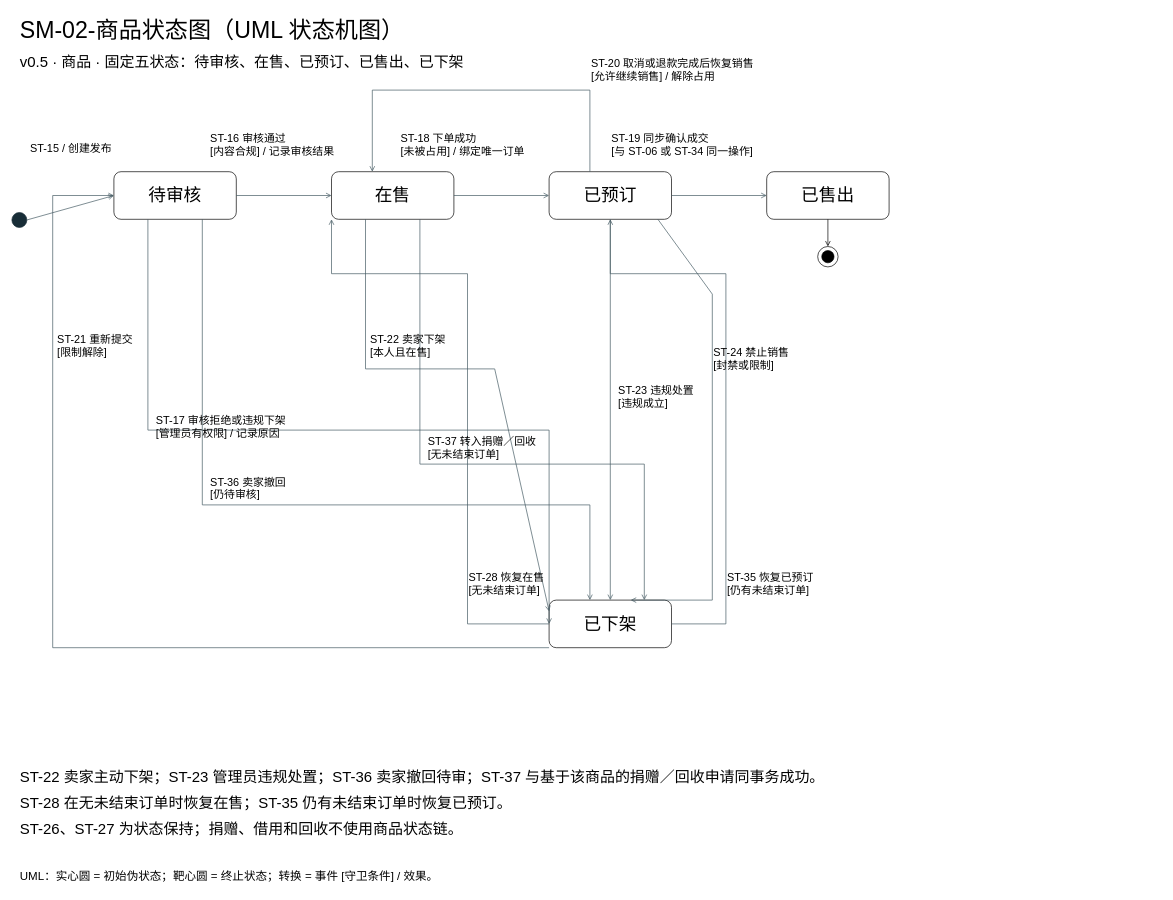
Elusive-phantasm/Software-Engineering keeps this draw.io diagram as 规则与状态/SM-02-商品状态图.drawio. Above is the earlier version. Source tidied: cells renumbered, new cells numbered last; positions are measured from the earlier drawing's top-left corner, leaving out a move shared by most shapes. Both pictures are drawn from the tidied source at 68%, with x=0, y=0 at pixel (12, 12).
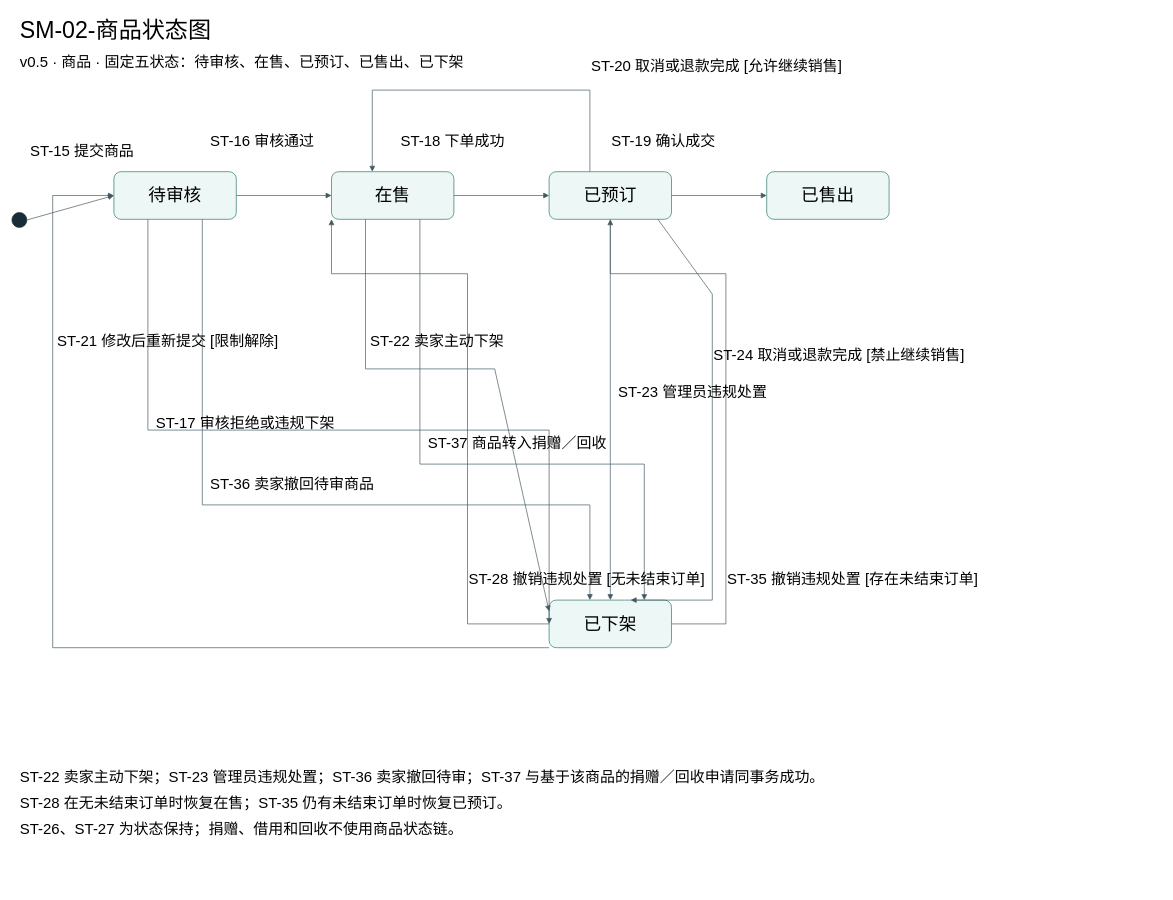
After the change.

The change refers to these unchanged cells:
```xml
<mxCell id="4" style="ellipse;fillColor=#182d37;strokeColor=#182d37;" parent="1" vertex="1">
  <mxGeometry y="295" width="22" height="22" as="geometry" />
</mxCell>
```

Change to the diagram source:
```diff
@@
-    <mxCell id="2" value="SM-02-商品状态图（UML 状态机图）" style="text;html=0;align=left;verticalAlign=top;whiteSpace=wrap;fontSize=34;fontFamily=Microsoft YaHei;" parent="1" vertex="1">
+    <mxCell id="2" value="SM-02-商品状态图" style="text;html=0;align=left;verticalAlign=top;whiteSpace=wrap;fontSize=34;fontFamily=Microsoft YaHei;" parent="1" vertex="1">
       <mxGeometry x="10" width="1680" height="50" as="geometry" />
     </mxCell>
@@
-    <mxCell id="5" value="待审核" style="rounded=1;arcSize=15;whiteSpace=wrap;html=0;fillColor=#ffffff;strokeColor=#000000;fontSize=26;fontFamily=Microsoft YaHei;" parent="1" vertex="1">
+    <mxCell id="5" value="待审核" style="rounded=1;arcSize=15;whiteSpace=wrap;html=0;fillColor=#edf7f5;strokeColor=#28776b;fontSize=26;fontFamily=Microsoft YaHei;" parent="1" vertex="1">
       <mxGeometry x="150" y="235" width="180" height="70" as="geometry" />
     </mxCell>
-    <mxCell id="6" value="在售" style="rounded=1;arcSize=15;whiteSpace=wrap;html=0;fillColor=#ffffff;strokeColor=#000000;fontSize=26;fontFamily=Microsoft YaHei;" parent="1" vertex="1">
+    <mxCell id="6" value="在售" style="rounded=1;arcSize=15;whiteSpace=wrap;html=0;fillColor=#edf7f5;strokeColor=#28776b;fontSize=26;fontFamily=Microsoft YaHei;" parent="1" vertex="1">
       <mxGeometry x="470" y="235" width="180" height="70" as="geometry" />
     </mxCell>
-    <mxCell id="7" value="已预订" style="rounded=1;arcSize=15;whiteSpace=wrap;html=0;fillColor=#ffffff;strokeColor=#000000;fontSize=26;fontFamily=Microsoft YaHei;" parent="1" vertex="1">
+    <mxCell id="7" value="已预订" style="rounded=1;arcSize=15;whiteSpace=wrap;html=0;fillColor=#edf7f5;strokeColor=#28776b;fontSize=26;fontFamily=Microsoft YaHei;" parent="1" vertex="1">
       <mxGeometry x="790" y="235" width="180" height="70" as="geometry" />
     </mxCell>
-    <mxCell id="8" value="已售出" style="rounded=1;arcSize=15;whiteSpace=wrap;html=0;fillColor=#ffffff;strokeColor=#000000;fontSize=26;fontFamily=Microsoft YaHei;" parent="1" vertex="1">
+    <mxCell id="8" value="已售出" style="rounded=1;arcSize=15;whiteSpace=wrap;html=0;fillColor=#edf7f5;strokeColor=#28776b;fontSize=26;fontFamily=Microsoft YaHei;" parent="1" vertex="1">
       <mxGeometry x="1110" y="235" width="180" height="70" as="geometry" />
     </mxCell>
-    <mxCell id="9" value="已下架" style="rounded=1;arcSize=15;whiteSpace=wrap;html=0;fillColor=#ffffff;strokeColor=#000000;fontSize=26;fontFamily=Microsoft YaHei;" parent="1" vertex="1">
+    <mxCell id="9" value="已下架" style="rounded=1;arcSize=15;whiteSpace=wrap;html=0;fillColor=#edf7f5;strokeColor=#28776b;fontSize=26;fontFamily=Microsoft YaHei;" parent="1" vertex="1">
       <mxGeometry x="790" y="865" width="180" height="70" as="geometry" />
     </mxCell>
-    <mxCell id="10" style="edgeStyle=none;rounded=0;endArrow=open;endFill=0;exitX=1.0;exitY=0.5;entryX=0.0;entryY=0.5;strokeColor=#435962;" parent="1" edge="1" source="4" target="5">
+    <mxCell id="10" style="edgeStyle=none;rounded=0;endArrow=block;exitX=1.0;exitY=0.5;entryX=0.0;entryY=0.5;strokeColor=#435962;" parent="1" edge="1" source="4" target="5">
       <mxGeometry relative="1" as="geometry" />
     </mxCell>
-    <mxCell id="11" style="edgeStyle=none;rounded=0;endArrow=open;endFill=0;exitX=1.0;exitY=0.5;entryX=0.0;entryY=0.5;strokeColor=#435962;" parent="1" edge="1" source="5" target="6">
+    <mxCell id="11" style="edgeStyle=none;rounded=0;endArrow=block;exitX=1.0;exitY=0.5;entryX=0.0;entryY=0.5;strokeColor=#435962;" parent="1" edge="1" source="5" target="6">
       <mxGeometry relative="1" as="geometry" />
     </mxCell>
-    <mxCell id="12" style="edgeStyle=none;rounded=0;endArrow=open;endFill=0;exitX=1.0;exitY=0.5;entryX=0.0;entryY=0.5;strokeColor=#435962;" parent="1" edge="1" source="6" target="7">
+    <mxCell id="12" style="edgeStyle=none;rounded=0;endArrow=block;exitX=1.0;exitY=0.5;entryX=0.0;entryY=0.5;strokeColor=#435962;" parent="1" edge="1" source="6" target="7">
       <mxGeometry relative="1" as="geometry" />
     </mxCell>
-    <mxCell id="13" style="edgeStyle=none;rounded=0;endArrow=open;endFill=0;exitX=1.0;exitY=0.5;entryX=0.0;entryY=0.5;strokeColor=#435962;" parent="1" edge="1" source="7" target="8">
+    <mxCell id="13" style="edgeStyle=none;rounded=0;endArrow=block;exitX=1.0;exitY=0.5;entryX=0.0;entryY=0.5;strokeColor=#435962;" parent="1" edge="1" source="7" target="8">
       <mxGeometry relative="1" as="geometry" />
     </mxCell>
-    <mxCell id="14" style="edgeStyle=none;rounded=0;endArrow=open;endFill=0;exitX=0.3333333333333333;exitY=0.0;entryX=0.3333333333333333;entryY=0.0;strokeColor=#435962;" parent="1" edge="1" source="7" target="6">
+    <mxCell id="14" style="edgeStyle=none;rounded=0;endArrow=block;exitX=0.3333333333333333;exitY=0.0;entryX=0.3333333333333333;entryY=0.0;strokeColor=#435962;" parent="1" edge="1" source="7" target="6">
       <mxGeometry relative="1" as="geometry">
         <Array as="points">
           <mxPoint x="850" y="115" />
           <mxPoint x="530" y="115" />
         </Array>
       </mxGeometry>
     </mxCell>
-    <mxCell id="15" style="edgeStyle=none;rounded=0;endArrow=open;endFill=0;exitX=0.2777777777777778;exitY=1.0;entryX=0.0;entryY=0.5;strokeColor=#435962;" parent="1" edge="1" source="5" target="9">
+    <mxCell id="15" style="edgeStyle=none;rounded=0;endArrow=block;exitX=0.2777777777777778;exitY=1.0;entryX=0.0;entryY=0.5;strokeColor=#435962;" parent="1" edge="1" source="5" target="9">
       <mxGeometry relative="1" as="geometry">
         <Array as="points">
           <mxPoint x="200" y="615" />
           <mxPoint x="790" y="615" />
         </Array>
       </mxGeometry>
     </mxCell>
-    <mxCell id="16" style="edgeStyle=none;rounded=0;endArrow=open;endFill=0;exitX=0.7222222222222222;exitY=1.0;entryX=0.3333333333333333;entryY=0.0;strokeColor=#435962;" parent="1" edge="1" source="5" target="9">
+    <mxCell id="16" style="edgeStyle=none;rounded=0;endArrow=block;exitX=0.7222222222222222;exitY=1.0;entryX=0.3333333333333333;entryY=0.0;strokeColor=#435962;" parent="1" edge="1" source="5" target="9">
       <mxGeometry relative="1" as="geometry">
         <Array as="points">
           <mxPoint x="280" y="725" />
           <mxPoint x="850" y="725" />
         </Array>
       </mxGeometry>
     </mxCell>
-    <mxCell id="17" style="edgeStyle=none;rounded=0;endArrow=open;endFill=0;exitX=0.2777777777777778;exitY=1.0;entryX=-0.4444444444444444;entryY=0.0;strokeColor=#435962;" parent="1" edge="1" source="6" target="9">
+    <mxCell id="17" style="edgeStyle=none;rounded=0;endArrow=block;exitX=0.2777777777777778;exitY=1.0;entryX=-0.4444444444444444;entryY=0.0;strokeColor=#435962;" parent="1" edge="1" source="6" target="9">
       <mxGeometry relative="1" as="geometry">
         <Array as="points">
           <mxPoint x="520" y="525" />
           <mxPoint x="710" y="525" />
         </Array>
       </mxGeometry>
     </mxCell>
-    <mxCell id="18" style="edgeStyle=none;rounded=0;endArrow=open;endFill=0;exitX=0.7222222222222222;exitY=1.0;entryX=0.7777777777777778;entryY=0.0;strokeColor=#435962;" parent="1" edge="1" source="6" target="9">
+    <mxCell id="18" style="edgeStyle=none;rounded=0;endArrow=block;exitX=0.7222222222222222;exitY=1.0;entryX=0.7777777777777778;entryY=0.0;strokeColor=#435962;" parent="1" edge="1" source="6" target="9">
       <mxGeometry relative="1" as="geometry">
         <Array as="points">
           <mxPoint x="600" y="665" />
           <mxPoint x="930" y="665" />
         </Array>
       </mxGeometry>
     </mxCell>
-    <mxCell id="19" style="edgeStyle=none;rounded=0;endArrow=open;endFill=0;exitX=0.5;exitY=1.0;entryX=0.5;entryY=0.0;strokeColor=#435962;" parent="1" edge="1" source="7" target="9">
+    <mxCell id="19" style="edgeStyle=none;rounded=0;endArrow=block;exitX=0.5;exitY=1.0;entryX=0.5;entryY=0.0;strokeColor=#435962;" parent="1" edge="1" source="7" target="9">
       <mxGeometry relative="1" as="geometry" />
     </mxCell>
-    <mxCell id="20" style="edgeStyle=none;rounded=0;endArrow=open;endFill=0;exitX=0.8888888888888888;exitY=1.0;entryX=0.6666666666666666;entryY=0.0;strokeColor=#435962;" parent="1" edge="1" source="7" target="9">
+    <mxCell id="20" style="edgeStyle=none;rounded=0;endArrow=block;exitX=0.8888888888888888;exitY=1.0;entryX=0.6666666666666666;entryY=0.0;strokeColor=#435962;" parent="1" edge="1" source="7" target="9">
       <mxGeometry relative="1" as="geometry">
         <Array as="points">
           <mxPoint x="1030" y="415" />
           <mxPoint x="1030" y="865" />
         </Array>
       </mxGeometry>
     </mxCell>
-    <mxCell id="21" style="edgeStyle=none;rounded=0;endArrow=open;endFill=0;exitX=0.0;exitY=0.5;entryX=0.0;entryY=1.0;strokeColor=#435962;" parent="1" edge="1" source="9" target="6">
+    <mxCell id="21" style="edgeStyle=none;rounded=0;endArrow=block;exitX=0.0;exitY=0.5;entryX=0.0;entryY=1.0;strokeColor=#435962;" parent="1" edge="1" source="9" target="6">
       <mxGeometry relative="1" as="geometry">
         <Array as="points">
           <mxPoint x="670" y="900" />
           <mxPoint x="670" y="385" />
           <mxPoint x="470" y="385" />
         </Array>
       </mxGeometry>
     </mxCell>
-    <mxCell id="22" style="edgeStyle=none;rounded=0;endArrow=open;endFill=0;exitX=0.6666666666666666;exitY=0.5;entryX=0.5;entryY=1.0;strokeColor=#435962;" parent="1" edge="1" source="9" target="7">
+    <mxCell id="22" style="edgeStyle=none;rounded=0;endArrow=block;exitX=0.6666666666666666;exitY=0.5;entryX=0.5;entryY=1.0;strokeColor=#435962;" parent="1" edge="1" source="9" target="7">
       <mxGeometry relative="1" as="geometry">
         <Array as="points">
           <mxPoint x="1050" y="900" />
           <mxPoint x="1050" y="385" />
           <mxPoint x="880" y="385" />
         </Array>
       </mxGeometry>
     </mxCell>
-    <mxCell id="23" style="edgeStyle=none;rounded=0;endArrow=open;endFill=0;exitX=0.0;exitY=1.0;entryX=0.0;entryY=0.5;strokeColor=#435962;" parent="1" edge="1" source="9" target="5">
+    <mxCell id="23" style="edgeStyle=none;rounded=0;endArrow=block;exitX=0.0;exitY=1.0;entryX=0.0;entryY=0.5;strokeColor=#435962;" parent="1" edge="1" source="9" target="5">
       <mxGeometry relative="1" as="geometry">
         <Array as="points">
           <mxPoint x="60" y="935" />
           <mxPoint x="60" y="270" />
         </Array>
       </mxGeometry>
     </mxCell>
-    <mxCell id="24" value="ST-15 / 创建发布" style="text;html=0;align=left;verticalAlign=top;whiteSpace=wrap;fontSize=16;fontFamily=Microsoft YaHei;" parent="1" vertex="1">
-      <mxGeometry x="25" y="185" width="460" height="100" as="geometry" />
+    <mxCell id="24" value="ST-15 提交商品" style="text;html=0;align=left;verticalAlign=top;whiteSpace=wrap;fontSize=22;fontFamily=Microsoft YaHei;" parent="1" vertex="1">
+      <mxGeometry x="25" y="185" width="480" height="75" as="geometry" />
     </mxCell>
-    <mxCell id="25" value="ST-16 审核通过&#10;[内容合规] / 记录审核结果" style="text;html=0;align=left;verticalAlign=top;whiteSpace=wrap;fontSize=16;fontFamily=Microsoft YaHei;" parent="1" vertex="1">
-      <mxGeometry x="290" y="170" width="460" height="100" as="geometry" />
+    <mxCell id="25" value="ST-16 审核通过" style="text;html=0;align=left;verticalAlign=top;whiteSpace=wrap;fontSize=22;fontFamily=Microsoft YaHei;" parent="1" vertex="1">
+      <mxGeometry x="290" y="170" width="480" height="75" as="geometry" />
     </mxCell>
-    <mxCell id="26" value="ST-18 下单成功&#10;[未被占用] / 绑定唯一订单" style="text;html=0;align=left;verticalAlign=top;whiteSpace=wrap;fontSize=16;fontFamily=Microsoft YaHei;" parent="1" vertex="1">
-      <mxGeometry x="570" y="170" width="460" height="100" as="geometry" />
+    <mxCell id="26" value="ST-18 下单成功" style="text;html=0;align=left;verticalAlign=top;whiteSpace=wrap;fontSize=22;fontFamily=Microsoft YaHei;" parent="1" vertex="1">
+      <mxGeometry x="570" y="170" width="480" height="75" as="geometry" />
     </mxCell>
-    <mxCell id="27" value="ST-19 同步确认成交&#10;[与 ST-06 或 ST-34 同一操作]" style="text;html=0;align=left;verticalAlign=top;whiteSpace=wrap;fontSize=16;fontFamily=Microsoft YaHei;" parent="1" vertex="1">
-      <mxGeometry x="880" y="170" width="460" height="100" as="geometry" />
+    <mxCell id="27" value="ST-19 确认成交" style="text;html=0;align=left;verticalAlign=top;whiteSpace=wrap;fontSize=22;fontFamily=Microsoft YaHei;" parent="1" vertex="1">
+      <mxGeometry x="880" y="170" width="480" height="75" as="geometry" />
     </mxCell>
-    <mxCell id="28" value="ST-20 取消或退款完成后恢复销售&#10;[允许继续销售] / 解除占用" style="text;html=0;align=left;verticalAlign=top;whiteSpace=wrap;fontSize=16;fontFamily=Microsoft YaHei;" parent="1" vertex="1">
-      <mxGeometry x="850" y="60" width="460" height="100" as="geometry" />
+    <mxCell id="28" value="ST-20 取消或退款完成 [允许继续销售]" style="text;html=0;align=left;verticalAlign=top;whiteSpace=wrap;fontSize=22;fontFamily=Microsoft YaHei;" parent="1" vertex="1">
+      <mxGeometry x="850" y="60" width="480" height="75" as="geometry" />
     </mxCell>
-    <mxCell id="29" value="ST-17 审核拒绝或违规下架&#10;[管理员有权限] / 记录原因" style="text;html=0;align=left;verticalAlign=top;whiteSpace=wrap;fontSize=16;fontFamily=Microsoft YaHei;" parent="1" vertex="1">
-      <mxGeometry x="210" y="585" width="460" height="100" as="geometry" />
+    <mxCell id="29" value="ST-17 审核拒绝或违规下架" style="text;html=0;align=left;verticalAlign=top;whiteSpace=wrap;fontSize=22;fontFamily=Microsoft YaHei;" parent="1" vertex="1">
+      <mxGeometry x="210" y="585" width="480" height="75" as="geometry" />
     </mxCell>
-    <mxCell id="30" value="ST-36 卖家撤回&#10;[仍待审核]" style="text;html=0;align=left;verticalAlign=top;whiteSpace=wrap;fontSize=16;fontFamily=Microsoft YaHei;" parent="1" vertex="1">
-      <mxGeometry x="290" y="675" width="460" height="100" as="geometry" />
+    <mxCell id="30" value="ST-36 卖家撤回待审商品" style="text;html=0;align=left;verticalAlign=top;whiteSpace=wrap;fontSize=22;fontFamily=Microsoft YaHei;" parent="1" vertex="1">
+      <mxGeometry x="290" y="675" width="480" height="75" as="geometry" />
     </mxCell>
-    <mxCell id="31" value="ST-22 卖家下架&#10;[本人且在售]" style="text;html=0;align=left;verticalAlign=top;whiteSpace=wrap;fontSize=16;fontFamily=Microsoft YaHei;" parent="1" vertex="1">
-      <mxGeometry x="525" y="465" width="460" height="100" as="geometry" />
+    <mxCell id="31" value="ST-22 卖家主动下架" style="text;html=0;align=left;verticalAlign=top;whiteSpace=wrap;fontSize=22;fontFamily=Microsoft YaHei;" parent="1" vertex="1">
+      <mxGeometry x="525" y="465" width="480" height="75" as="geometry" />
     </mxCell>
-    <mxCell id="32" value="ST-37 转入捐赠／回收&#10;[无未结束订单]" style="text;html=0;align=left;verticalAlign=top;whiteSpace=wrap;fontSize=16;fontFamily=Microsoft YaHei;" parent="1" vertex="1">
-      <mxGeometry x="610" y="615" width="460" height="100" as="geometry" />
+    <mxCell id="32" value="ST-37 商品转入捐赠／回收" style="text;html=0;align=left;verticalAlign=top;whiteSpace=wrap;fontSize=22;fontFamily=Microsoft YaHei;" parent="1" vertex="1">
+      <mxGeometry x="610" y="615" width="480" height="75" as="geometry" />
     </mxCell>
-    <mxCell id="33" value="ST-23 违规处置&#10;[违规成立]" style="text;html=0;align=left;verticalAlign=top;whiteSpace=wrap;fontSize=16;fontFamily=Microsoft YaHei;" parent="1" vertex="1">
-      <mxGeometry x="890" y="540" width="460" height="100" as="geometry" />
+    <mxCell id="33" value="ST-23 管理员违规处置" style="text;html=0;align=left;verticalAlign=top;whiteSpace=wrap;fontSize=22;fontFamily=Microsoft YaHei;" parent="1" vertex="1">
+      <mxGeometry x="890" y="540" width="480" height="75" as="geometry" />
     </mxCell>
-    <mxCell id="34" value="ST-24 禁止销售&#10;[封禁或限制]" style="text;html=0;align=left;verticalAlign=top;whiteSpace=wrap;fontSize=16;fontFamily=Microsoft YaHei;" parent="1" vertex="1">
-      <mxGeometry x="1030" y="485" width="460" height="100" as="geometry" />
+    <mxCell id="34" value="ST-24 取消或退款完成 [禁止继续销售]" style="text;html=0;align=left;verticalAlign=top;whiteSpace=wrap;fontSize=22;fontFamily=Microsoft YaHei;" parent="1" vertex="1">
+      <mxGeometry x="1030" y="485" width="480" height="75" as="geometry" />
     </mxCell>
-    <mxCell id="35" value="ST-28 恢复在售&#10;[无未结束订单]" style="text;html=0;align=left;verticalAlign=top;whiteSpace=wrap;fontSize=16;fontFamily=Microsoft YaHei;" parent="1" vertex="1">
-      <mxGeometry x="670" y="815" width="460" height="100" as="geometry" />
+    <mxCell id="35" value="ST-28 撤销违规处置 [无未结束订单]" style="text;html=0;align=left;verticalAlign=top;whiteSpace=wrap;fontSize=22;fontFamily=Microsoft YaHei;" parent="1" vertex="1">
+      <mxGeometry x="670" y="815" width="480" height="75" as="geometry" />
     </mxCell>
-    <mxCell id="36" value="ST-35 恢复已预订&#10;[仍有未结束订单]" style="text;html=0;align=left;verticalAlign=top;whiteSpace=wrap;fontSize=16;fontFamily=Microsoft YaHei;" parent="1" vertex="1">
-      <mxGeometry x="1050" y="815" width="460" height="100" as="geometry" />
+    <mxCell id="36" value="ST-35 撤销违规处置 [存在未结束订单]" style="text;html=0;align=left;verticalAlign=top;whiteSpace=wrap;fontSize=22;fontFamily=Microsoft YaHei;" parent="1" vertex="1">
+      <mxGeometry x="1050" y="815" width="480" height="75" as="geometry" />
     </mxCell>
-    <mxCell id="37" value="ST-21 重新提交&#10;[限制解除]" style="text;html=0;align=left;verticalAlign=top;whiteSpace=wrap;fontSize=16;fontFamily=Microsoft YaHei;" parent="1" vertex="1">
-      <mxGeometry x="65" y="465" width="460" height="100" as="geometry" />
+    <mxCell id="37" value="ST-21 修改后重新提交 [限制解除]" style="text;html=0;align=left;verticalAlign=top;whiteSpace=wrap;fontSize=22;fontFamily=Microsoft YaHei;" parent="1" vertex="1">
+      <mxGeometry x="65" y="465" width="480" height="75" as="geometry" />
     </mxCell>
@@
-    <mxCell id="41" style="ellipse;fillColor=#ffffff;strokeColor=#000000;" parent="1" vertex="1">
-      <mxGeometry x="1185" y="345" width="30" height="30" as="geometry" />
-    </mxCell>
-    <mxCell id="42" style="ellipse;fillColor=#000000;strokeColor=#000000;" parent="41" vertex="1">
-      <mxGeometry x="6" y="6" width="18" height="18" as="geometry" />
-    </mxCell>
-    <mxCell id="43" style="endArrow=open;endFill=0;strokeColor=#000000;" parent="1" edge="1" source="8" target="41">
-      <mxGeometry relative="1" as="geometry" />
-    </mxCell>
-    <mxCell id="44" value="UML：实心圆 = 初始伪状态；靶心圆 = 终止状态；转换 = 事件 [守卫条件] / 效果。" style="text;html=0;align=left;verticalAlign=top;whiteSpace=wrap;fontSize=17;fontFamily=Microsoft YaHei;" parent="1" vertex="1">
-      <mxGeometry x="10" y="1255" width="1480" height="35" as="geometry" />
-    </mxCell>
```
